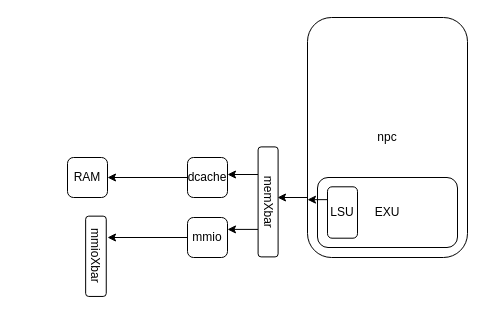
The draw.io diagram npc_architecture.drawio in DavidZyy/drawio_repo, before the edit. Source tidied: cells renumbered, new cells numbered last; positions are measured from the earlier drawing's top-left corner, leaving out a move shared by most shapes. Both pictures are drawn from the tidied source at 100%, with x=0, y=0 at pixel (55, 17).
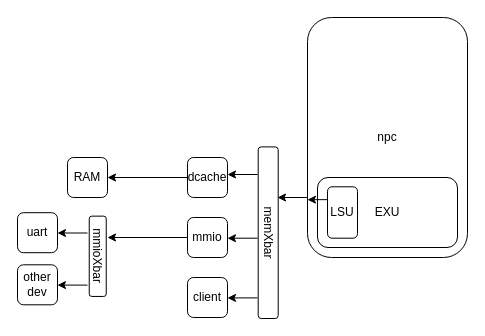
After the change.

Diff of the diagram source:
```diff
@@
-    <mxCell id="6" style="edgeStyle=orthogonalEdgeStyle;rounded=0;jettySize=auto;html=1;exitX=0.25;exitY=1;exitDx=0;exitDy=0;" parent="1" edge="1" source="8">
+    <mxCell id="6" style="edgeStyle=orthogonalEdgeStyle;rounded=0;orthogonalLoop=1;jettySize=auto;html=1;" parent="1" edge="1">
       <mxGeometry relative="1" as="geometry">
+        <mxPoint x="202" y="157" as="sourcePoint" />
         <mxPoint x="172" y="157" as="targetPoint" />
         <Array as="points">
           <mxPoint x="172" y="157" />
         </Array>
       </mxGeometry>
     </mxCell>
-    <mxCell id="7" style="edgeStyle=orthogonalEdgeStyle;rounded=0;jettySize=auto;html=1;exitX=0.75;exitY=1;exitDx=0;exitDy=0;" parent="1" edge="1" source="8">
-      <mxGeometry relative="1" as="geometry">
-        <mxPoint x="172" y="211.8" as="targetPoint" />
-      </mxGeometry>
-    </mxCell>
     <mxCell id="8" value="memXbar" style="rounded=1;whiteSpace=wrap;html=1;rotation=90;" parent="1" vertex="1">
-      <mxGeometry x="157.6" y="174.4" width="110" height="20" as="geometry" />
+      <mxGeometry x="126.9" y="205.2" width="171.6" height="20" as="geometry" />
     </mxCell>
@@
     <mxCell id="15" value="mmioXbar" style="whiteSpace=wrap;html=1;rounded=1;rotation=90;" parent="1" vertex="1">
-      <mxGeometry x="0.3" y="228.5" width="80.3" height="20.6" as="geometry" />
+      <mxGeometry x="2.1" y="230.3" width="80.3" height="17" as="geometry" />
     </mxCell>
+    <mxCell id="16" value="client" style="rounded=1;whiteSpace=wrap;html=1;" parent="1" vertex="1">
+      <mxGeometry x="132" y="260" width="40" height="40" as="geometry" />
+    </mxCell>
+    <mxCell id="17" style="edgeStyle=orthogonalEdgeStyle;rounded=0;orthogonalLoop=1;jettySize=auto;html=1;" parent="1" edge="1">
+      <mxGeometry relative="1" as="geometry">
+        <mxPoint x="202" y="220" as="sourcePoint" />
+        <mxPoint x="172" y="220.7" as="targetPoint" />
+        <Array as="points">
+          <mxPoint x="172" y="220.7" />
+        </Array>
+      </mxGeometry>
+    </mxCell>
+    <mxCell id="18" style="edgeStyle=orthogonalEdgeStyle;rounded=0;orthogonalLoop=1;jettySize=auto;html=1;" parent="1" edge="1">
+      <mxGeometry relative="1" as="geometry">
+        <mxPoint x="202" y="279.6" as="sourcePoint" />
+        <mxPoint x="172" y="280.4" as="targetPoint" />
+        <Array as="points">
+          <mxPoint x="172" y="280.4" />
+        </Array>
+      </mxGeometry>
+    </mxCell>
+    <mxCell id="19" value="uart" style="rounded=1;whiteSpace=wrap;html=1;" parent="1" vertex="1">
+      <mxGeometry x="-38" y="195.2" width="40" height="40" as="geometry" />
+    </mxCell>
+    <mxCell id="20" style="edgeStyle=orthogonalEdgeStyle;rounded=0;orthogonalLoop=1;jettySize=auto;html=1;" parent="1" edge="1">
+      <mxGeometry relative="1" as="geometry">
+        <mxPoint x="32" y="214.8" as="sourcePoint" />
+        <mxPoint x="2" y="215.5" as="targetPoint" />
+        <Array as="points">
+          <mxPoint x="2" y="215.5" />
+        </Array>
+      </mxGeometry>
+    </mxCell>
+    <mxCell id="21" value="other dev" style="rounded=1;whiteSpace=wrap;html=1;" parent="1" vertex="1">
+      <mxGeometry x="-38" y="247.3" width="40" height="40" as="geometry" />
+    </mxCell>
+    <mxCell id="22" style="edgeStyle=orthogonalEdgeStyle;rounded=0;orthogonalLoop=1;jettySize=auto;html=1;" parent="1" edge="1">
+      <mxGeometry relative="1" as="geometry">
+        <mxPoint x="32" y="266.9" as="sourcePoint" />
+        <mxPoint x="2" y="267.6" as="targetPoint" />
+        <Array as="points">
+          <mxPoint x="2" y="267.6" />
+        </Array>
+      </mxGeometry>
+    </mxCell>
```
